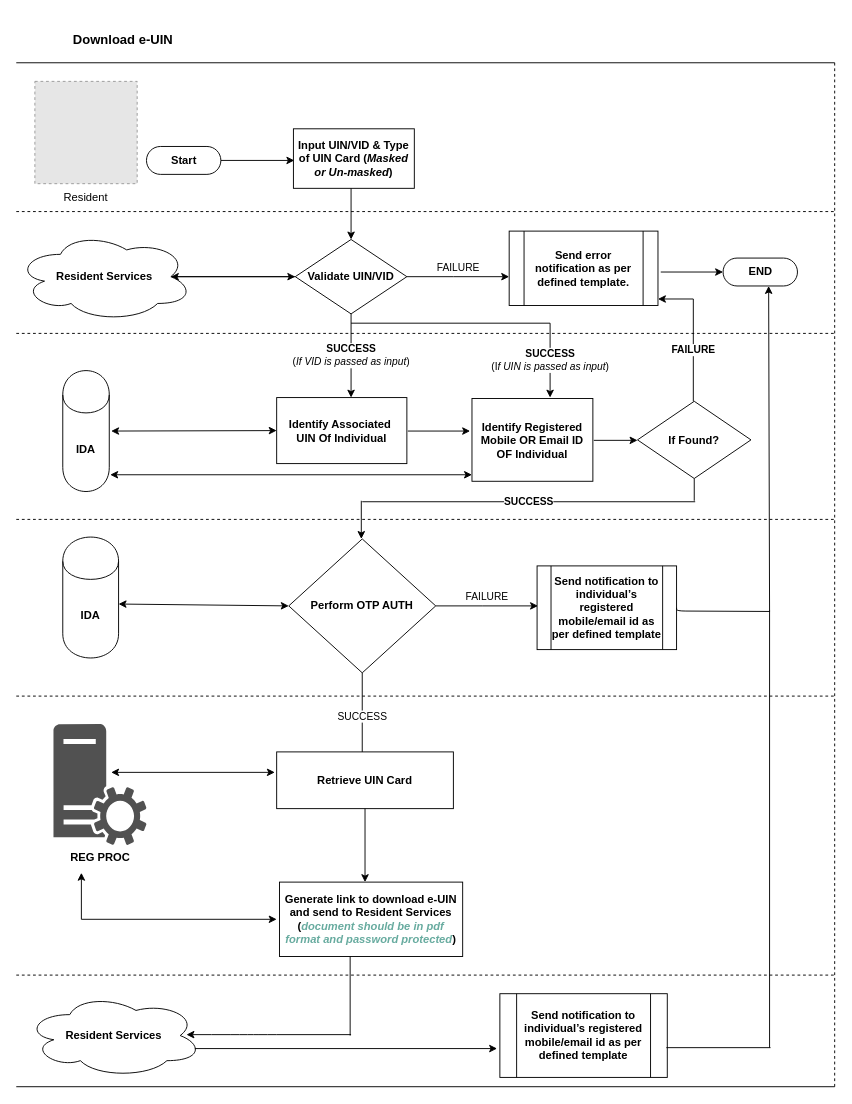
The draw.io diagram page "MOS-23862" (3 of 12) of _files/requirements/final_process_flows/Resident Service.drawio in ssenmosip/mosip-temp-documentation, before the edit. Source tidied: cells renumbered, new cells numbered last; positions are measured from the earlier drawing's top-left corner, leaving out a move shared by most shapes. Both pictures are drawn from the tidied source at 93%, with x=0, y=0 at pixel (16, 16). Pictures stored in the file or linked from it are replaced by grey dashed boxes.
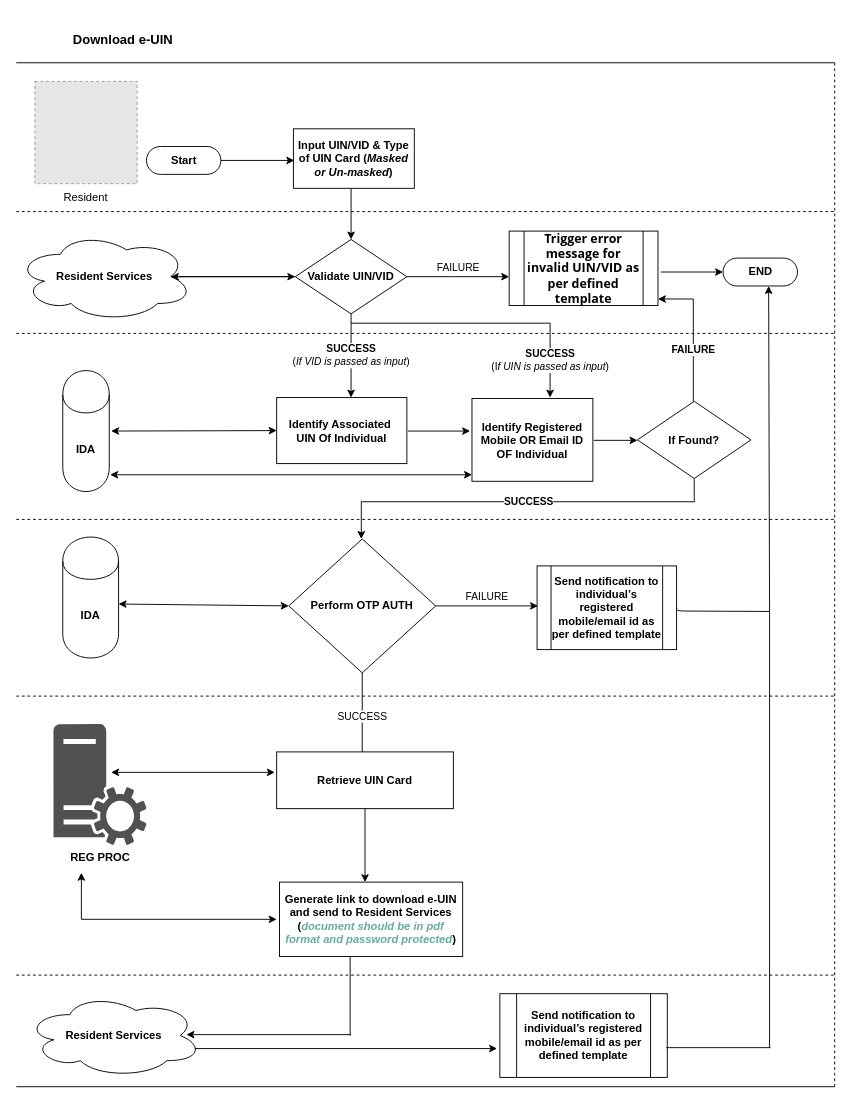
The same diagram, later.

The edit, as a diff of the source:
```diff
@@
-    <mxCell id="15" value="&lt;b style=&quot;white-space: normal&quot;&gt;Send error notification as per defined template.&lt;/b&gt;" style="shape=process;whiteSpace=wrap;html=1;backgroundOutline=1;" parent="1" vertex="1">
+    <mxCell id="15" value="&lt;b style=&quot;font-family: &amp;#34;segoe ui&amp;#34; , sans-serif ; font-size: 13.3333px ; white-space: normal&quot;&gt;Trigger error message for invalid UIN/VID as per defined template&lt;/b&gt;" style="shape=process;whiteSpace=wrap;html=1;backgroundOutline=1;" parent="1" vertex="1">
       <mxGeometry x="530" y="231" width="160" height="80" as="geometry" />
     </mxCell>
```
